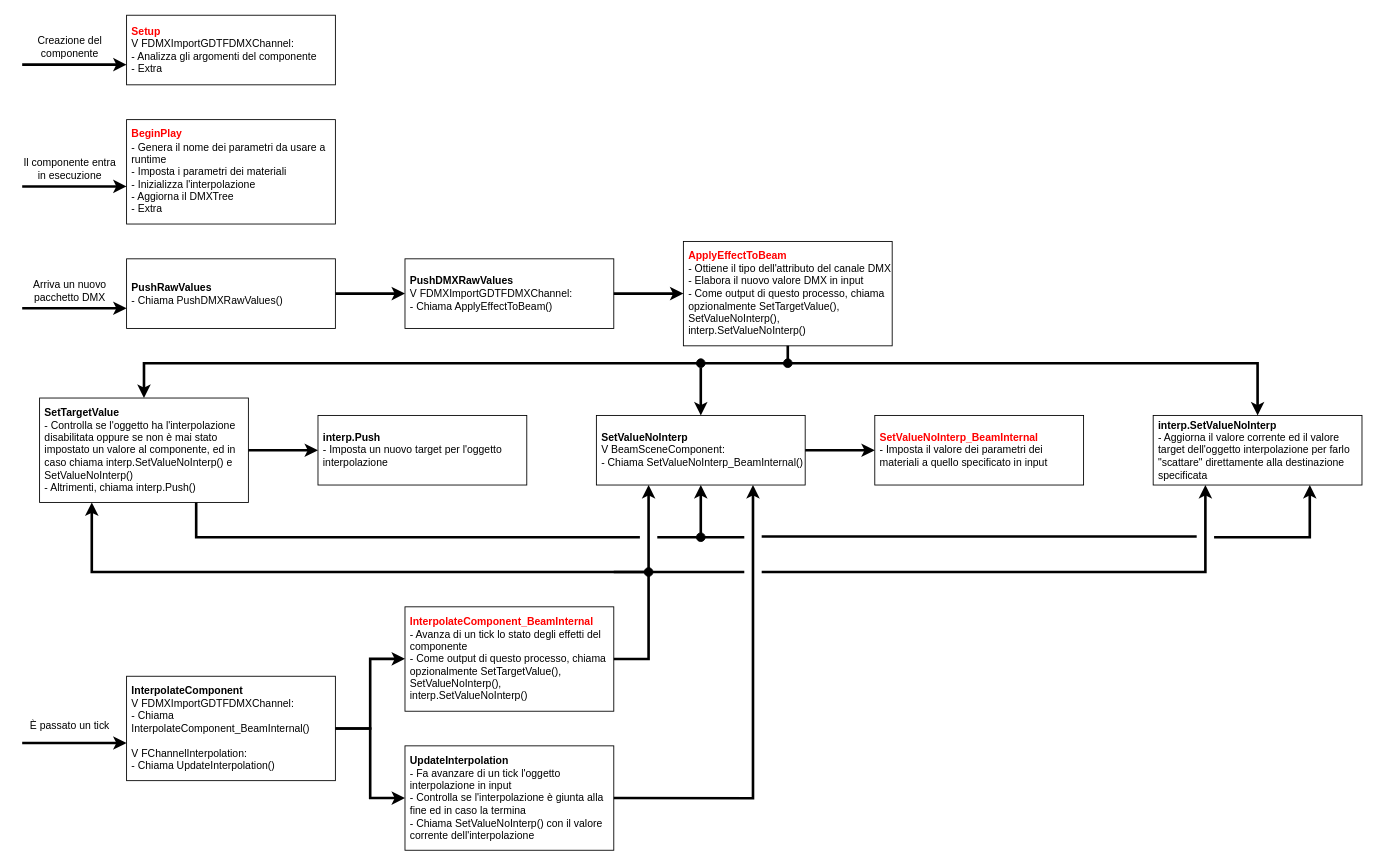
The draw.io diagram utils/FixtureComponentCalls.drawio in stranck/bachelor-degree-thesis-UECPGDTF, before the edit. Source tidied: cells renumbered, new cells numbered last; positions are measured from the earlier drawing's top-left corner, leaving out a move shared by most shapes. Both pictures are drawn from the tidied source at 87%, with x=0, y=0 at pixel (22, 15).
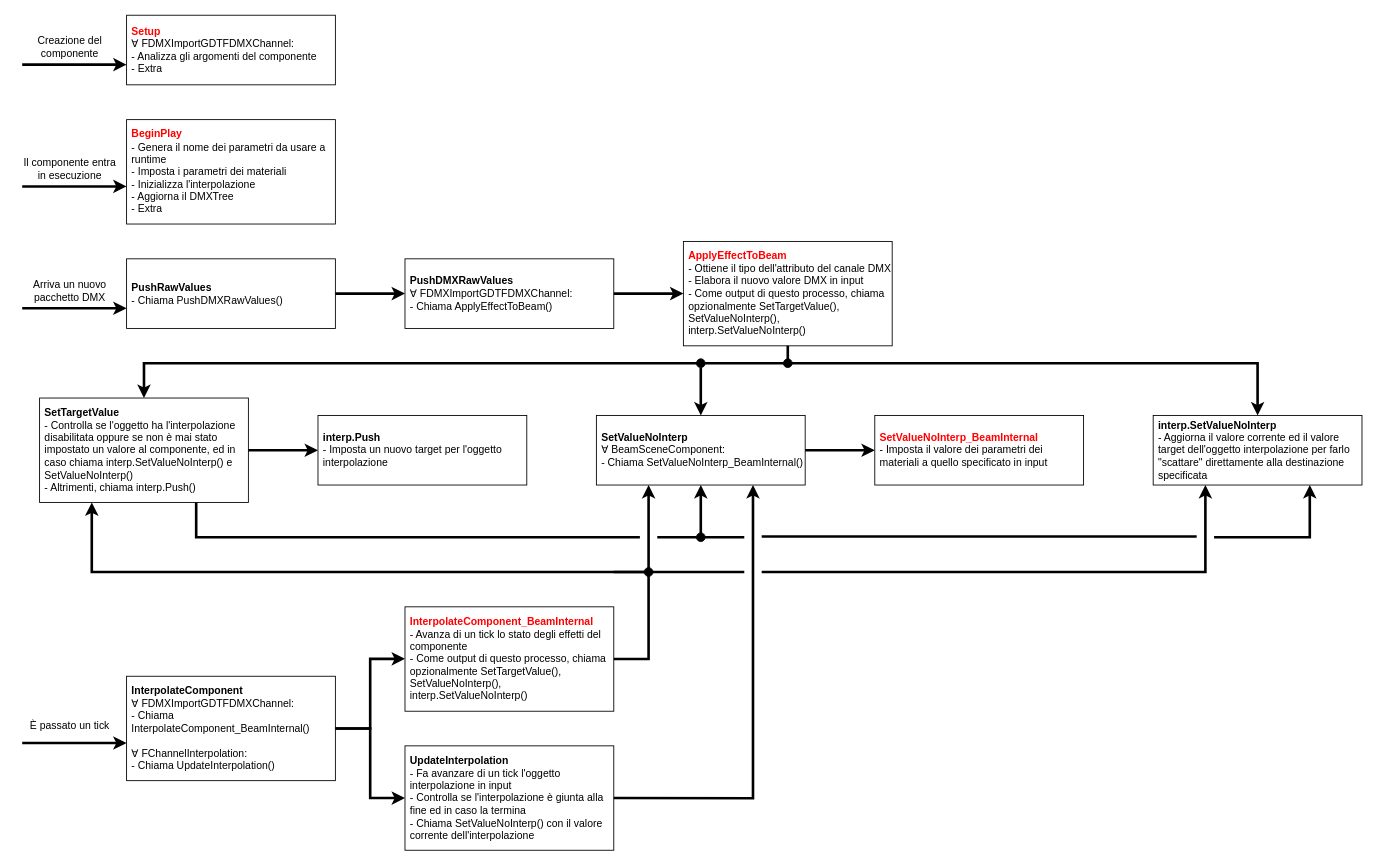
After the change.

Diff of the diagram source:
```diff
@@
-    <mxCell id="4" value="&lt;b&gt;&lt;font color=&quot;#ff0000&quot;&gt;Setup&lt;/font&gt;&lt;/b&gt;&lt;br&gt;&lt;div style=&quot;&quot;&gt;&lt;span style=&quot;background-color: initial;&quot;&gt;V FDMXImportGDTFDMXChannel:&lt;/span&gt;&lt;/div&gt;&lt;div style=&quot;&quot;&gt;&lt;span style=&quot;background-color: initial;&quot;&gt;- Analizza gli argomenti del componente&lt;br&gt;- Extra&lt;/span&gt;&lt;/div&gt;" style="rounded=0;whiteSpace=wrap;html=1;align=left;spacingLeft=4;" parent="1" vertex="1">
+    <mxCell id="4" value="&lt;b&gt;&lt;font color=&quot;#ff0000&quot;&gt;Setup&lt;/font&gt;&lt;/b&gt;&lt;br&gt;∀&lt;span style=&quot;background-color: initial;&quot;&gt;&amp;nbsp;FDMXImportGDTFDMXChannel:&lt;/span&gt;&lt;br&gt;&lt;div style=&quot;&quot;&gt;&lt;span style=&quot;background-color: initial;&quot;&gt;- Analizza gli argomenti del componente&lt;br&gt;- Extra&lt;/span&gt;&lt;/div&gt;" style="rounded=0;whiteSpace=wrap;html=1;align=left;spacingLeft=4;" parent="1" vertex="1">
       <mxGeometry x="120" width="240" height="80" as="geometry" />
     </mxCell>
@@
-    <mxCell id="13" value="&lt;b&gt;InterpolateComponent&lt;br&gt;&lt;/b&gt;&lt;div style=&quot;border-color: var(--border-color);&quot;&gt;V FDMXImportGDTFDMXChannel:&lt;/div&gt;&lt;div&gt;&lt;span style=&quot;border-color: var(--border-color); background-color: initial;&quot;&gt;- Chiama InterpolateComponent_BeamInternal()&lt;br&gt;&lt;br&gt;V FChannelInterpolation:&lt;br&gt;- Chiama UpdateInterpolation()&lt;/span&gt;&lt;/div&gt;" style="rounded=0;whiteSpace=wrap;html=1;align=left;spacingLeft=4;" parent="1" vertex="1">
+    <mxCell id="13" value="&lt;b&gt;InterpolateComponent&lt;br&gt;&lt;/b&gt;∀&amp;nbsp;&lt;span style=&quot;background-color: initial;&quot;&gt;FDMXImportGDTFDMXChannel:&lt;/span&gt;&lt;br&gt;&lt;div&gt;&lt;span style=&quot;border-color: var(--border-color); background-color: initial;&quot;&gt;- Chiama InterpolateComponent_BeamInternal()&lt;br&gt;&lt;br&gt;∀&amp;nbsp;FChannelInterpolation:&lt;br&gt;- Chiama UpdateInterpolation()&lt;/span&gt;&lt;/div&gt;" style="rounded=0;whiteSpace=wrap;html=1;align=left;spacingLeft=4;" parent="1" vertex="1">
       <mxGeometry x="120" y="759.8" width="240" height="120" as="geometry" />
     </mxCell>
@@
-    <mxCell id="16" value="&lt;b&gt;PushDMXRawValues&lt;br&gt;&lt;/b&gt;V FDMXImportGDTFDMXChannel:&lt;br&gt;- Chiama ApplyEffectToBeam()" style="rounded=0;whiteSpace=wrap;html=1;align=left;spacingLeft=4;" parent="1" vertex="1">
+    <mxCell id="16" value="&lt;b&gt;PushDMXRawValues&lt;br&gt;&lt;/b&gt;∀&amp;nbsp;FDMXImportGDTFDMXChannel:&lt;br&gt;- Chiama ApplyEffectToBeam()" style="rounded=0;whiteSpace=wrap;html=1;align=left;spacingLeft=4;" parent="1" vertex="1">
       <mxGeometry x="440" y="280" width="240" height="80" as="geometry" />
     </mxCell>
@@
-    <mxCell id="25" value="&lt;b&gt;SetValueNoInterp&lt;br&gt;&lt;/b&gt;V BeamSceneComponent:&lt;br&gt;- Chiama SetValueNoInterp_BeamInternal()" style="rounded=0;whiteSpace=wrap;html=1;align=left;spacingLeft=4;" parent="1" vertex="1">
+    <mxCell id="25" value="&lt;b&gt;SetValueNoInterp&lt;br&gt;&lt;/b&gt;∀&amp;nbsp;BeamSceneComponent:&lt;br&gt;- Chiama SetValueNoInterp_BeamInternal()" style="rounded=0;whiteSpace=wrap;html=1;align=left;spacingLeft=4;" parent="1" vertex="1">
       <mxGeometry x="660" y="460" width="240" height="80" as="geometry" />
     </mxCell>
```
